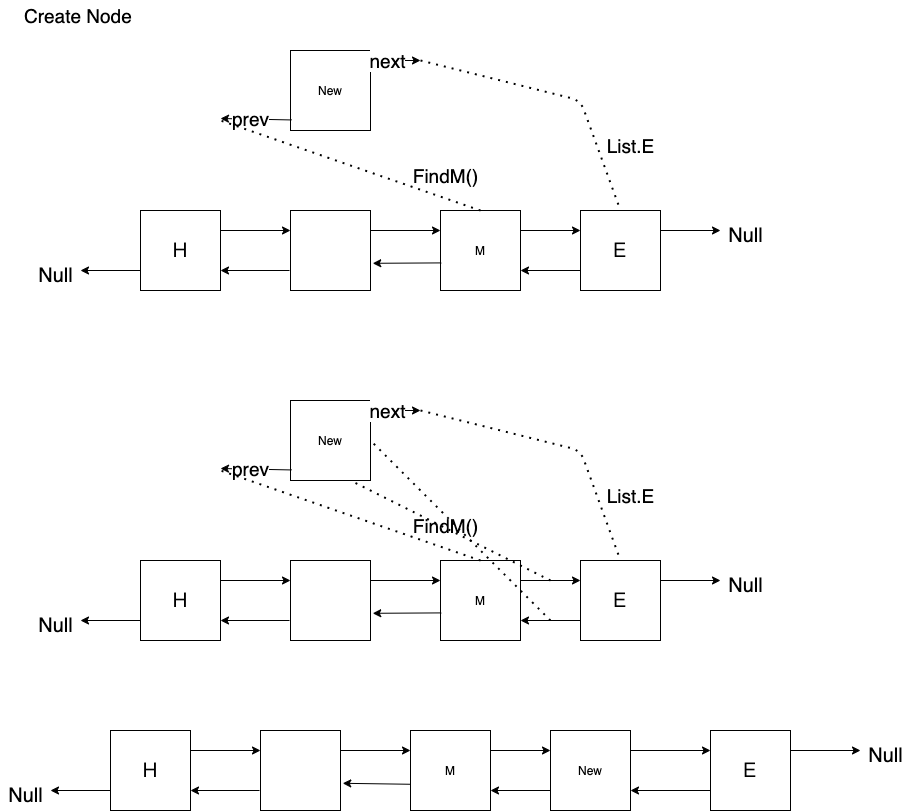
Before: img/Enter.png, a diagram exported from draw.io (stevengogogo/DSA-WastonAbili). Source tidied: cells renumbered, new cells last; positions are measured from the earlier drawing's top-left corner, leaving out a move shared by most shapes.
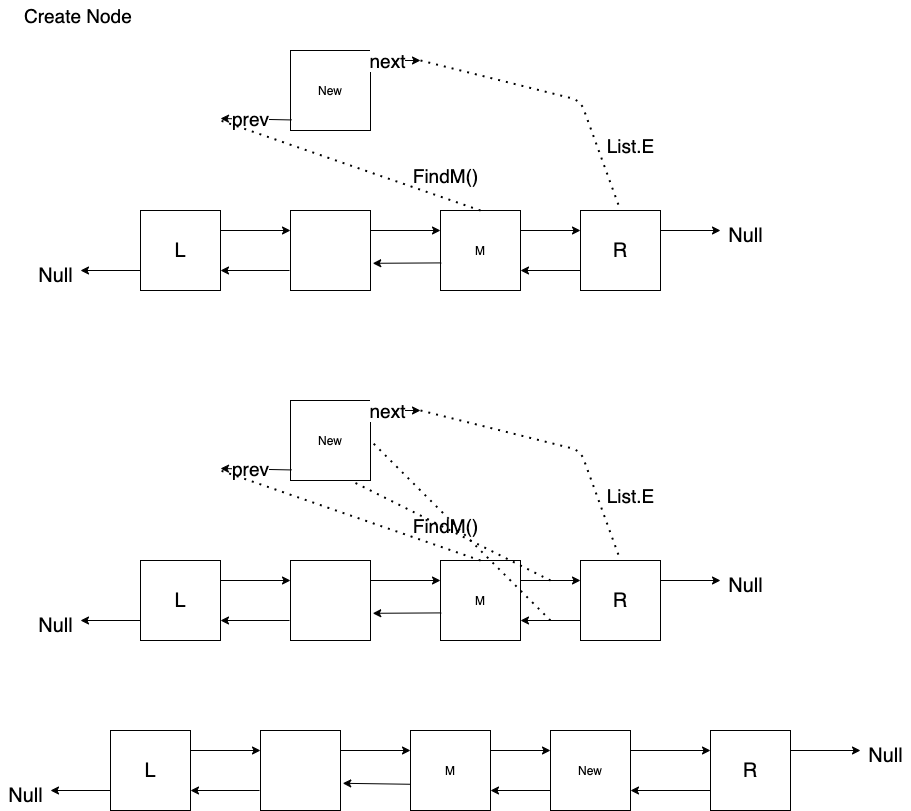
After the change.

Change to the diagram source:
```diff
@@ -23,10 +23,10 @@
     <mxCell id="8" style="endArrow=classic;html=1;entryX=1.028;entryY=0.66;entryDx=0;entryDy=0;entryPerimeter=0;exitX=-0.003;exitY=0.672;exitDx=0;exitDy=0;exitPerimeter=0;" parent="1" edge="1" source="3" target="2">
       <mxGeometry relative="1" as="geometry" />
     </mxCell>
-    <mxCell id="9" value="&lt;font style=&quot;font-size: 20px;&quot;&gt;Ｈ&lt;/font&gt;" style="whiteSpace=wrap;html=1;fontSize=20;" parent="1" vertex="1">
+    <mxCell id="9" value="&lt;font style=&quot;font-size: 20px&quot;&gt;L&lt;/font&gt;" style="whiteSpace=wrap;html=1;fontSize=20;" parent="1" vertex="1">
       <mxGeometry x="110" y="730" width="80" height="80" as="geometry" />
     </mxCell>
-    <mxCell id="10" value="&lt;font style=&quot;font-size: 20px;&quot;&gt;Ｅ&lt;/font&gt;" style="whiteSpace=wrap;html=1;fontSize=20;" parent="1" vertex="1">
+    <mxCell id="10" value="&lt;font style=&quot;font-size: 20px&quot;&gt;R&lt;/font&gt;" style="whiteSpace=wrap;html=1;fontSize=20;" parent="1" vertex="1">
       <mxGeometry x="710" y="730" width="80" height="80" as="geometry" />
     </mxCell>
     <mxCell id="11" style="endArrow=classic;html=1;fontSize=20;exitX=1;exitY=0.25;exitDx=0;exitDy=0;entryX=0;entryY=0.25;entryDx=0;entryDy=0;" parent="1" edge="1" source="9" target="2">
@@ -71,10 +71,10 @@
     <mxCell id="22" style="endArrow=classic;html=1;entryX=1.028;entryY=0.66;entryDx=0;entryDy=0;entryPerimeter=0;exitX=0.01;exitY=0.655;exitDx=0;exitDy=0;exitPerimeter=0;" parent="1" edge="1" source="20" target="19">
       <mxGeometry relative="1" as="geometry" />
     </mxCell>
-    <mxCell id="23" value="&lt;font style=&quot;font-size: 20px;&quot;&gt;Ｈ&lt;/font&gt;" style="whiteSpace=wrap;html=1;fontSize=20;" parent="1" vertex="1">
+    <mxCell id="23" value="&lt;font style=&quot;font-size: 20px&quot;&gt;L&lt;/font&gt;" style="whiteSpace=wrap;html=1;fontSize=20;" parent="1" vertex="1">
       <mxGeometry x="140" y="210" width="80" height="80" as="geometry" />
     </mxCell>
-    <mxCell id="24" value="&lt;font style=&quot;font-size: 20px;&quot;&gt;Ｅ&lt;/font&gt;" style="whiteSpace=wrap;html=1;fontSize=20;" parent="1" vertex="1">
+    <mxCell id="24" value="&lt;font style=&quot;font-size: 20px&quot;&gt;R&lt;/font&gt;" style="whiteSpace=wrap;html=1;fontSize=20;" parent="1" vertex="1">
       <mxGeometry x="580" y="210" width="80" height="80" as="geometry" />
     </mxCell>
     <mxCell id="25" style="endArrow=classic;html=1;fontSize=20;exitX=1;exitY=0.25;exitDx=0;exitDy=0;entryX=0;entryY=0.25;entryDx=0;entryDy=0;" parent="1" edge="1" source="23" target="19">
@@ -161,10 +161,10 @@
     <mxCell id="46" style="endArrow=classic;html=1;entryX=1.028;entryY=0.66;entryDx=0;entryDy=0;entryPerimeter=0;exitX=0.01;exitY=0.655;exitDx=0;exitDy=0;exitPerimeter=0;" parent="1" edge="1" source="44" target="43">
       <mxGeometry relative="1" as="geometry" />
     </mxCell>
-    <mxCell id="47" value="&lt;font style=&quot;font-size: 20px;&quot;&gt;Ｈ&lt;/font&gt;" style="whiteSpace=wrap;html=1;fontSize=20;" parent="1" vertex="1">
+    <mxCell id="47" value="&lt;font style=&quot;font-size: 20px&quot;&gt;L&lt;/font&gt;" style="whiteSpace=wrap;html=1;fontSize=20;" parent="1" vertex="1">
       <mxGeometry x="140" y="560" width="80" height="80" as="geometry" />
     </mxCell>
-    <mxCell id="48" value="&lt;font style=&quot;font-size: 20px;&quot;&gt;Ｅ&lt;/font&gt;" style="whiteSpace=wrap;html=1;fontSize=20;" parent="1" vertex="1">
+    <mxCell id="48" value="&lt;font style=&quot;font-size: 20px&quot;&gt;R&lt;/font&gt;" style="whiteSpace=wrap;html=1;fontSize=20;" parent="1" vertex="1">
       <mxGeometry x="580" y="560" width="80" height="80" as="geometry" />
     </mxCell>
     <mxCell id="49" style="endArrow=classic;html=1;fontSize=20;exitX=1;exitY=0.25;exitDx=0;exitDy=0;entryX=0;entryY=0.25;entryDx=0;entryDy=0;" parent="1" edge="1" source="47" target="43">
```
